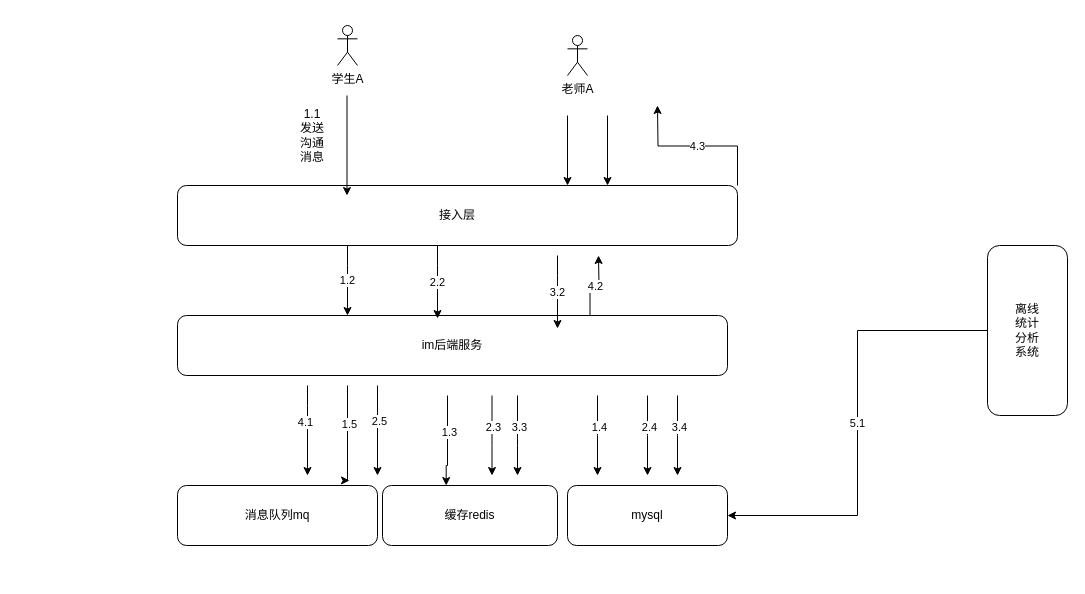
Above: 未命名绘图.drawio in xiell2016/hetaoDesign (draw.io), before the change. Source tidied: cells renumbered, new cells numbered last; positions are measured from the earlier drawing's top-left corner, leaving out a move shared by most shapes. Both pictures are drawn from the tidied source at 100%, with x=0, y=0 at pixel (177, 25).
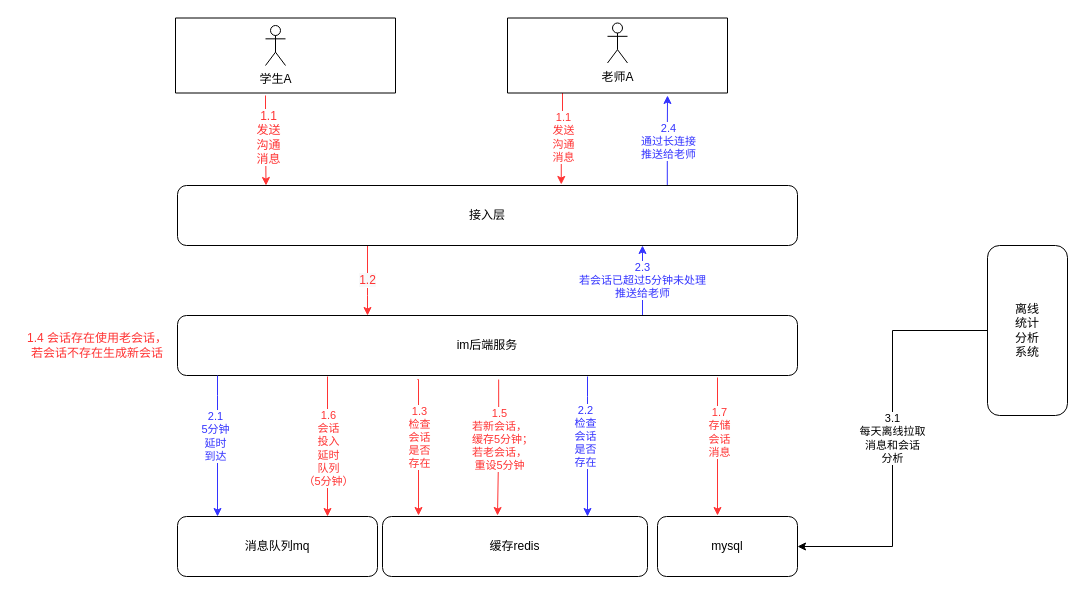
Above is the later version.

Commit message (it also covers changes not shown here):
更新未命名绘图.drawio

Unchanged cells that the change refers to:
```xml
<mxCell id="10" value="离线&lt;br&gt;统计&lt;br&gt;分析&lt;br&gt;系统" style="rounded=1;whiteSpace=wrap;html=1;" parent="1" vertex="1">
  <mxGeometry x="810" y="220" width="80" height="170" as="geometry" />
</mxCell>
```

What changed in the source:
```diff
@@
-    <mxCell id="2" style="edgeStyle=orthogonalEdgeStyle;rounded=0;jettySize=auto;html=1;entryX=0.86;entryY=-0.083;entryDx=0;entryDy=0;entryPerimeter=0;" parent="1" edge="1" target="16">
+    <mxCell id="2" style="edgeStyle=orthogonalEdgeStyle;rounded=0;orthogonalLoop=1;jettySize=auto;html=1;strokeColor=#FF3333;" parent="1" edge="1">
       <mxGeometry relative="1" as="geometry">
-        <mxPoint x="170" y="360" as="sourcePoint" />
+        <mxPoint x="150" y="351" as="sourcePoint" />
+        <mxPoint x="150" y="491" as="targetPoint" />
         <Array as="points">
-          <mxPoint x="170" y="455" />
+          <mxPoint x="150" y="446" />
         </Array>
       </mxGeometry>
     </mxCell>
-    <mxCell id="3" value="1.5" style="edgeLabel;html=1;align=center;verticalAlign=middle;" parent="2" vertex="1">
-      <mxGeometry x="-0.22" y="1" relative="1" as="geometry" />
+    <mxCell id="3" value="&lt;font color=&quot;#ff3333&quot;&gt;1.6&lt;br&gt;会话&lt;br&gt;投入&lt;br&gt;延时&lt;br&gt;队列&lt;br&gt;（5分钟）&lt;/font&gt;" style="edgeLabel;html=1;align=center;verticalAlign=middle;" parent="2" vertex="1">
+      <mxGeometry x="-0.22" y="1" relative="1" as="geometry">
+        <mxPoint x="-1" y="16" as="offset" />
+      </mxGeometry>
     </mxCell>
-    <mxCell id="4" value="4.2" style="edgeStyle=orthogonalEdgeStyle;rounded=0;jettySize=auto;html=1;exitX=0.75;exitY=0;exitDx=0;exitDy=0;" parent="1" edge="1" source="5">
-      <mxGeometry relative="1" as="geometry">
-        <mxPoint x="421" y="230" as="targetPoint" />
-      </mxGeometry>
+    <mxCell id="4" value="&lt;font color=&quot;#3333ff&quot;&gt;2.3&lt;br&gt;若会话已超过5分钟未处理&lt;br&gt;推送给老师&lt;/font&gt;" style="edgeStyle=orthogonalEdgeStyle;rounded=0;jettySize=auto;html=1;exitX=0.75;exitY=0;exitDx=0;exitDy=0;entryX=0.75;entryY=1;entryDx=0;entryDy=0;strokeColor=#3333FF;" parent="1" edge="1" source="5" target="8">
+      <mxGeometry relative="1" as="geometry" />
     </mxCell>
     <mxCell id="5" value="im后端服务" style="rounded=1;whiteSpace=wrap;html=1;" parent="1" vertex="1">
-      <mxGeometry y="290" width="550" height="60" as="geometry" />
+      <mxGeometry y="290" width="620" height="60" as="geometry" />
     </mxCell>
-    <mxCell id="6" value="1.2" style="edgeStyle=orthogonalEdgeStyle;rounded=0;jettySize=auto;html=1;" parent="1" edge="1" source="8" target="5">
+    <mxCell id="6" value="&lt;span style=&quot;font-size: 12px ; background-color: rgb(248 , 249 , 250)&quot;&gt;&lt;font color=&quot;#ff3333&quot;&gt;1.2&lt;/font&gt;&lt;/span&gt;" style="edgeStyle=orthogonalEdgeStyle;rounded=0;jettySize=auto;html=1;strokeColor=#FF3333;" parent="1" edge="1" source="8" target="5">
       <mxGeometry relative="1" as="geometry">
         <Array as="points">
-          <mxPoint x="170" y="240" />
-          <mxPoint x="170" y="240" />
+          <mxPoint x="190" y="270" />
+          <mxPoint x="190" y="270" />
         </Array>
       </mxGeometry>
     </mxCell>
-    <mxCell id="7" value="4.3" style="edgeStyle=orthogonalEdgeStyle;rounded=0;jettySize=auto;html=1;exitX=1;exitY=0;exitDx=0;exitDy=0;" parent="1" edge="1" source="8">
+    <mxCell id="7" value="&lt;font color=&quot;#3333ff&quot;&gt;2.4&lt;br&gt;通过长连接&lt;br&gt;推送给老师&lt;/font&gt;" style="edgeStyle=orthogonalEdgeStyle;rounded=0;jettySize=auto;html=1;exitX=0.79;exitY=0;exitDx=0;exitDy=0;exitPerimeter=0;strokeColor=#3333FF;" parent="1" edge="1" source="8">
       <mxGeometry relative="1" as="geometry">
-        <mxPoint x="480" y="80" as="targetPoint" />
+        <mxPoint x="490" y="70" as="targetPoint" />
       </mxGeometry>
     </mxCell>
     <mxCell id="8" value="接入层" style="rounded=1;whiteSpace=wrap;html=1;" parent="1" vertex="1">
-      <mxGeometry y="160" width="560" height="60" as="geometry" />
+      <mxGeometry y="160" width="620" height="60" as="geometry" />
     </mxCell>
-    <mxCell id="9" value="5.1" style="edgeStyle=orthogonalEdgeStyle;rounded=0;jettySize=auto;html=1;entryX=1;entryY=0.5;entryDx=0;entryDy=0;" parent="1" edge="1" source="10" target="20">
+    <mxCell id="9" value="3.1&lt;br&gt;每天离线拉取&lt;br&gt;消息和会话&lt;br&gt;分析" style="edgeStyle=orthogonalEdgeStyle;rounded=0;jettySize=auto;html=1;entryX=1;entryY=0.5;entryDx=0;entryDy=0;" parent="1" edge="1" source="10" target="20">
       <mxGeometry relative="1" as="geometry" />
     </mxCell>
@@
-    <mxCell id="11" style="edgeStyle=orthogonalEdgeStyle;rounded=0;orthogonalLoop=1;jettySize=auto;html=1;" parent="1" edge="1">
-      <mxGeometry relative="1" as="geometry">
-        <mxPoint x="390" y="90" as="sourcePoint" />
-        <mxPoint x="390" y="160" as="targetPoint" />
-      </mxGeometry>
+    <mxCell id="11" style="edgeStyle=orthogonalEdgeStyle;rounded=0;jettySize=auto;html=1;entryX=0.619;entryY=-0.017;entryDx=0;entryDy=0;entryPerimeter=0;exitX=0.25;exitY=1;exitDx=0;exitDy=0;strokeColor=#FF3333;" parent="1" edge="1" source="47" target="8">
+      <mxGeometry relative="1" as="geometry" />
     </mxCell>
+    <mxCell id="39" value="&lt;font color=&quot;#ff3333&quot;&gt;1.1&lt;br&gt;发送&lt;br&gt;沟通&lt;br&gt;消息&lt;/font&gt;" style="edgeLabel;html=1;align=center;verticalAlign=middle;" parent="11" vertex="1">
+      <mxGeometry x="-0.37" y="-3" relative="1" as="geometry">
+        <mxPoint x="3" y="15" as="offset" />
+      </mxGeometry>
+    </mxCell>
     <mxCell id="12" value="老师A" style="shape=umlActor;verticalLabelPosition=bottom;verticalAlign=top;html=1;" parent="1" vertex="1">
-      <mxGeometry x="390" y="10" width="20" height="40" as="geometry" />
+      <mxGeometry x="430" y="-2.5" width="20" height="40" as="geometry" />
     </mxCell>
     <mxCell id="13" value="学生A" style="shape=umlActor;verticalLabelPosition=bottom;verticalAlign=top;html=1;" parent="1" vertex="1">
-      <mxGeometry x="160" width="20" height="40" as="geometry" />
+      <mxGeometry x="88" width="20" height="40" as="geometry" />
     </mxCell>
-    <mxCell id="14" style="edgeStyle=orthogonalEdgeStyle;rounded=0;orthogonalLoop=1;jettySize=auto;html=1;" parent="1" edge="1">
+    <mxCell id="14" style="edgeStyle=orthogonalEdgeStyle;rounded=0;orthogonalLoop=1;jettySize=auto;html=1;strokeColor=#FF3333;" parent="1" edge="1">
       <mxGeometry relative="1" as="geometry">
-        <mxPoint x="169.5" y="70" as="sourcePoint" />
-        <mxPoint x="169.5" y="170" as="targetPoint" />
+        <mxPoint x="88" y="70" as="sourcePoint" />
+        <mxPoint x="88.5" y="160" as="targetPoint" />
+        <Array as="points">
+          <mxPoint x="88.5" y="100" />
+          <mxPoint x="88.5" y="100" />
+        </Array>
       </mxGeometry>
     </mxCell>
     <mxCell id="15" style="edgeLabel;html=1;align=center;verticalAlign=middle;" parent="14" vertex="1">
-      <mxGeometry x="-0.34" y="-3" relative="1" as="geometry" />
+      <mxGeometry x="-0.34" y="-3" relative="1" as="geometry">
+        <mxPoint x="-72" y="10" as="offset" />
+      </mxGeometry>
     </mxCell>
+    <mxCell id="40" value="&lt;span style=&quot;background-color: rgb(255 , 255 , 255)&quot;&gt;&lt;font color=&quot;#ff3333&quot;&gt;&lt;span style=&quot;font-size: 12px&quot;&gt;1.1&lt;/span&gt;&lt;br style=&quot;font-size: 12px&quot;&gt;&lt;span style=&quot;font-size: 12px&quot;&gt;发送&lt;br&gt;&lt;/span&gt;&lt;/font&gt;&lt;/span&gt;&lt;span style=&quot;font-size: 12px&quot;&gt;&lt;span style=&quot;background-color: rgb(255 , 255 , 255)&quot;&gt;&lt;font color=&quot;#ff3333&quot;&gt;沟通&lt;br&gt;消息&lt;/font&gt;&lt;/span&gt;&lt;br&gt;&lt;/span&gt;" style="edgeLabel;html=1;align=center;verticalAlign=middle;strokeColor=#FF3333;" parent="14" vertex="1">
+      <mxGeometry x="-0.09" y="-2" relative="1" as="geometry">
+        <mxPoint x="4" as="offset" />
+      </mxGeometry>
+    </mxCell>
     <mxCell id="16" value="消息队列mq" style="rounded=1;whiteSpace=wrap;html=1;" parent="1" vertex="1">
-      <mxGeometry y="460" width="200" height="60" as="geometry" />
+      <mxGeometry y="491" width="200" height="60" as="geometry" />
     </mxCell>
     <mxCell id="17" value="缓存redis" style="rounded=1;whiteSpace=wrap;html=1;" parent="1" vertex="1">
-      <mxGeometry x="205" y="460" width="175" height="60" as="geometry" />
+      <mxGeometry x="205" y="491" width="265" height="60" as="geometry" />
     </mxCell>
-    <mxCell id="18" style="edgeStyle=orthogonalEdgeStyle;rounded=0;jettySize=auto;html=1;entryX=0.364;entryY=0;entryDx=0;entryDy=0;entryPerimeter=0;" parent="1" edge="1" target="17">
+    <mxCell id="18" style="edgeStyle=orthogonalEdgeStyle;rounded=0;jettySize=auto;html=1;exitX=0.387;exitY=1.067;exitDx=0;exitDy=0;exitPerimeter=0;strokeColor=#FF3333;" parent="1" edge="1" source="5">
       <mxGeometry relative="1" as="geometry">
-        <mxPoint x="270" y="370" as="sourcePoint" />
+        <mxPoint x="241" y="490" as="targetPoint" />
         <Array as="points">
-          <mxPoint x="270" y="440" />
+          <mxPoint x="241" y="354" />
         </Array>
       </mxGeometry>
     </mxCell>
-    <mxCell id="19" value="1.3" style="edgeLabel;html=1;align=center;verticalAlign=middle;" parent="18" vertex="1">
-      <mxGeometry x="-0.22" y="1" relative="1" as="geometry" />
-    </mxCell>
+    <mxCell id="41" value="&lt;font color=&quot;#ff3333&quot;&gt;1.3&lt;br&gt;检查&lt;br&gt;会话&lt;br&gt;是否&lt;br&gt;存在&lt;/font&gt;" style="edgeLabel;html=1;align=center;verticalAlign=middle;" parent="18" vertex="1">
+      <mxGeometry x="-0.15" y="3" relative="1" as="geometry">
+        <mxPoint x="-3" y="1" as="offset" />
+      </mxGeometry>
+    </mxCell>
     <mxCell id="20" value="mysql" style="rounded=1;whiteSpace=wrap;html=1;" parent="1" vertex="1">
-      <mxGeometry x="390" y="460" width="160" height="60" as="geometry" />
+      <mxGeometry x="480" y="491" width="140" height="60" as="geometry" />
     </mxCell>
-    <mxCell id="21" style="edgeStyle=orthogonalEdgeStyle;rounded=0;orthogonalLoop=1;jettySize=auto;html=1;entryX=0.25;entryY=0;entryDx=0;entryDy=0;" parent="1" edge="1">
+    <mxCell id="21" style="edgeStyle=orthogonalEdgeStyle;rounded=0;orthogonalLoop=1;jettySize=auto;html=1;strokeColor=#FF3333;" parent="1" edge="1">
       <mxGeometry relative="1" as="geometry">
-        <mxPoint x="420" y="370" as="sourcePoint" />
-        <mxPoint x="420" y="450" as="targetPoint" />
+        <mxPoint x="540" y="352" as="sourcePoint" />
+        <mxPoint x="540" y="490" as="targetPoint" />
         <Array as="points">
-          <mxPoint x="420" y="410" />
-          <mxPoint x="420" y="410" />
+          <mxPoint x="540" y="352" />
+          <mxPoint x="540" y="490" />
         </Array>
       </mxGeometry>
     </mxCell>
-    <mxCell id="22" value="1.4" style="edgeLabel;html=1;align=center;verticalAlign=middle;" parent="21" vertex="1">
+    <mxCell id="22" value="&lt;font color=&quot;#ff3333&quot;&gt;1.7&lt;br&gt;存储&lt;br&gt;会话&lt;br&gt;消息&lt;/font&gt;" style="edgeLabel;html=1;align=center;verticalAlign=middle;" parent="21" vertex="1">
       <mxGeometry x="-0.22" y="1" relative="1" as="geometry" />
     </mxCell>
-    <mxCell id="23" value="2.2" style="edgeStyle=orthogonalEdgeStyle;rounded=0;orthogonalLoop=1;jettySize=auto;html=1;" parent="1" edge="1">
-      <mxGeometry relative="1" as="geometry">
-        <mxPoint x="260" y="220" as="sourcePoint" />
-        <mxPoint x="260" y="293" as="targetPoint" />
-        <Array as="points">
-          <mxPoint x="260" y="240" />
-          <mxPoint x="260" y="240" />
-        </Array>
-      </mxGeometry>
-    </mxCell>
-    <mxCell id="24" style="edgeStyle=orthogonalEdgeStyle;rounded=0;orthogonalLoop=1;jettySize=auto;html=1;entryX=0.25;entryY=0;entryDx=0;entryDy=0;" parent="1" edge="1">
+    <mxCell id="24" style="edgeStyle=orthogonalEdgeStyle;rounded=0;jettySize=auto;html=1;exitX=0.518;exitY=1.067;exitDx=0;exitDy=0;exitPerimeter=0;strokeColor=#FF3333;" parent="1" edge="1" source="5">
       <mxGeometry relative="1" as="geometry">
-        <mxPoint x="314.5" y="370" as="sourcePoint" />
-        <mxPoint x="314.5" y="450" as="targetPoint" />
-        <Array as="points">
-          <mxPoint x="314.5" y="420" />
-          <mxPoint x="314.5" y="420" />
-        </Array>
+        <mxPoint x="320" y="490" as="targetPoint" />
       </mxGeometry>
     </mxCell>
-    <mxCell id="25" value="2.3" style="edgeLabel;html=1;align=center;verticalAlign=middle;" parent="24" vertex="1">
-      <mxGeometry x="-0.22" y="1" relative="1" as="geometry" />
+    <mxCell id="25" value="&lt;font color=&quot;#ff3333&quot;&gt;1.5&lt;br&gt;若新会话，&lt;br&gt;&amp;nbsp; 缓存5分钟；&lt;br&gt;若老会话，&lt;br&gt;重设5分钟&lt;/font&gt;" style="edgeLabel;html=1;align=center;verticalAlign=middle;" parent="24" vertex="1">
+      <mxGeometry x="-0.22" y="1" relative="1" as="geometry">
+        <mxPoint x="-1" y="6" as="offset" />
+      </mxGeometry>
     </mxCell>
-    <mxCell id="26" style="edgeStyle=orthogonalEdgeStyle;rounded=0;orthogonalLoop=1;jettySize=auto;html=1;entryX=0.25;entryY=0;entryDx=0;entryDy=0;" parent="1" edge="1">
-      <mxGeometry relative="1" as="geometry">
-        <mxPoint x="470" y="370" as="sourcePoint" />
-        <mxPoint x="470" y="450" as="targetPoint" />
-        <Array as="points">
-          <mxPoint x="470" y="410" />
-          <mxPoint x="470" y="410" />
-        </Array>
-      </mxGeometry>
-    </mxCell>
-    <mxCell id="27" value="2.4" style="edgeLabel;html=1;align=center;verticalAlign=middle;" parent="26" vertex="1">
-      <mxGeometry x="-0.22" y="1" relative="1" as="geometry" />
-    </mxCell>
-    <mxCell id="28" style="edgeStyle=orthogonalEdgeStyle;rounded=0;orthogonalLoop=1;jettySize=auto;html=1;entryX=0.5;entryY=0;entryDx=0;entryDy=0;" parent="1" edge="1">
-      <mxGeometry relative="1" as="geometry">
-        <mxPoint x="200" y="360" as="sourcePoint" />
-        <mxPoint x="200" y="450" as="targetPoint" />
-      </mxGeometry>
-    </mxCell>
-    <mxCell id="29" value="2.5" style="edgeLabel;html=1;align=center;verticalAlign=middle;" parent="28" vertex="1">
-      <mxGeometry x="-0.22" y="1" relative="1" as="geometry" />
-    </mxCell>
-    <mxCell id="30" style="edgeStyle=orthogonalEdgeStyle;rounded=0;orthogonalLoop=1;jettySize=auto;html=1;" parent="1" edge="1">
-      <mxGeometry relative="1" as="geometry">
-        <mxPoint x="430" y="90" as="sourcePoint" />
-        <mxPoint x="430" y="160" as="targetPoint" />
-      </mxGeometry>
-    </mxCell>
-    <mxCell id="31" value="3.2" style="edgeStyle=orthogonalEdgeStyle;rounded=0;orthogonalLoop=1;jettySize=auto;html=1;" parent="1" edge="1">
-      <mxGeometry relative="1" as="geometry">
-        <mxPoint x="380" y="230" as="sourcePoint" />
-        <mxPoint x="380" y="303" as="targetPoint" />
-        <Array as="points">
-          <mxPoint x="380" y="250" />
-          <mxPoint x="380" y="250" />
-        </Array>
-      </mxGeometry>
-    </mxCell>
-    <mxCell id="32" style="edgeStyle=orthogonalEdgeStyle;rounded=0;orthogonalLoop=1;jettySize=auto;html=1;entryX=0.5;entryY=0;entryDx=0;entryDy=0;" parent="1" edge="1">
-      <mxGeometry relative="1" as="geometry">
-        <mxPoint x="130" y="360" as="sourcePoint" />
-        <mxPoint x="130" y="450" as="targetPoint" />
-        <Array as="points">
-          <mxPoint x="130" y="380" />
-          <mxPoint x="130" y="380" />
-        </Array>
-      </mxGeometry>
-    </mxCell>
-    <mxCell id="33" value="4.1" style="edgeLabel;html=1;align=center;verticalAlign=middle;" parent="32" vertex="1">
-      <mxGeometry x="-0.2" y="-3" relative="1" as="geometry" />
-    </mxCell>
-    <mxCell id="34" value="1.1&lt;br&gt;发送&lt;br&gt;沟通&lt;br&gt;消息" style="text;html=1;strokeColor=none;fillColor=none;align=center;verticalAlign=middle;whiteSpace=wrap;rounded=0;" parent="1" vertex="1">
-      <mxGeometry x="120" y="80" width="30" height="60" as="geometry" />
-    </mxCell>
-    <mxCell id="35" style="edgeStyle=orthogonalEdgeStyle;rounded=0;orthogonalLoop=1;jettySize=auto;html=1;entryX=0.25;entryY=0;entryDx=0;entryDy=0;" parent="1" edge="1">
-      <mxGeometry relative="1" as="geometry">
-        <mxPoint x="340" y="370" as="sourcePoint" />
-        <mxPoint x="340" y="450" as="targetPoint" />
-        <Array as="points">
-          <mxPoint x="340" y="420" />
-          <mxPoint x="340" y="420" />
-        </Array>
-      </mxGeometry>
-    </mxCell>
-    <mxCell id="36" value="3.3" style="edgeLabel;html=1;align=center;verticalAlign=middle;" parent="35" vertex="1">
-      <mxGeometry x="-0.22" y="1" relative="1" as="geometry" />
-    </mxCell>
-    <mxCell id="37" style="edgeStyle=orthogonalEdgeStyle;rounded=0;orthogonalLoop=1;jettySize=auto;html=1;entryX=0.25;entryY=0;entryDx=0;entryDy=0;" parent="1" edge="1">
-      <mxGeometry relative="1" as="geometry">
-        <mxPoint x="500" y="370" as="sourcePoint" />
-        <mxPoint x="500" y="450" as="targetPoint" />
-        <Array as="points">
-          <mxPoint x="500" y="410" />
-          <mxPoint x="500" y="410" />
-        </Array>
-      </mxGeometry>
-    </mxCell>
-    <mxCell id="38" value="3.4" style="edgeLabel;html=1;align=center;verticalAlign=middle;" parent="37" vertex="1">
-      <mxGeometry x="-0.22" y="1" relative="1" as="geometry" />
-    </mxCell>
+    <mxCell id="42" value="&lt;font color=&quot;#ff3333&quot;&gt;1.4 会话存在使用老会话，&lt;br&gt;若会话不存在生成新会话&lt;/font&gt;" style="text;html=1;strokeColor=none;fillColor=none;align=center;verticalAlign=middle;whiteSpace=wrap;rounded=0;" parent="1" vertex="1">
+      <mxGeometry x="-160" y="295" width="160" height="50" as="geometry" />
+    </mxCell>
+    <mxCell id="43" style="edgeStyle=orthogonalEdgeStyle;rounded=0;orthogonalLoop=1;jettySize=auto;html=1;strokeColor=#3333FF;" parent="1" edge="1">
+      <mxGeometry relative="1" as="geometry">
+        <mxPoint x="410" y="351" as="sourcePoint" />
+        <mxPoint x="410" y="491" as="targetPoint" />
+        <Array as="points">
+          <mxPoint x="410" y="371" />
+          <mxPoint x="410" y="371" />
+        </Array>
+      </mxGeometry>
+    </mxCell>
+    <mxCell id="44" value="&lt;font color=&quot;#3333ff&quot;&gt;2.2&lt;br&gt;检查&lt;br&gt;会话&lt;br&gt;是否&lt;br&gt;存在&lt;/font&gt;" style="edgeLabel;html=1;align=center;verticalAlign=middle;" parent="43" vertex="1">
+      <mxGeometry x="-0.2" y="-3" relative="1" as="geometry">
+        <mxPoint y="3" as="offset" />
+      </mxGeometry>
+    </mxCell>
+    <mxCell id="45" style="edgeStyle=orthogonalEdgeStyle;rounded=0;jettySize=auto;html=1;entryX=0.2;entryY=0;entryDx=0;entryDy=0;entryPerimeter=0;strokeColor=#3333FF;" parent="1" edge="1" target="16">
+      <mxGeometry relative="1" as="geometry">
+        <mxPoint x="40" y="350" as="sourcePoint" />
+        <Array as="points">
+          <mxPoint x="40" y="370" />
+          <mxPoint x="40" y="370" />
+        </Array>
+      </mxGeometry>
+    </mxCell>
+    <mxCell id="46" value="&lt;font color=&quot;#3333ff&quot;&gt;2.1&lt;br&gt;5分钟&lt;br&gt;延时&lt;br&gt;到达&lt;/font&gt;" style="edgeLabel;html=1;align=center;verticalAlign=middle;" parent="45" vertex="1">
+      <mxGeometry x="-0.2" y="-3" relative="1" as="geometry">
+        <mxPoint y="4" as="offset" />
+      </mxGeometry>
+    </mxCell>
+    <mxCell id="47" style="swimlane;startSize=0;" parent="1" vertex="1">
+      <mxGeometry x="330" y="-7.5" width="220" height="75" as="geometry" />
+    </mxCell>
+    <mxCell id="48" style="swimlane;startSize=0;" parent="1" vertex="1">
+      <mxGeometry x="-2" y="-7.5" width="220" height="75" as="geometry" />
+    </mxCell>
```
